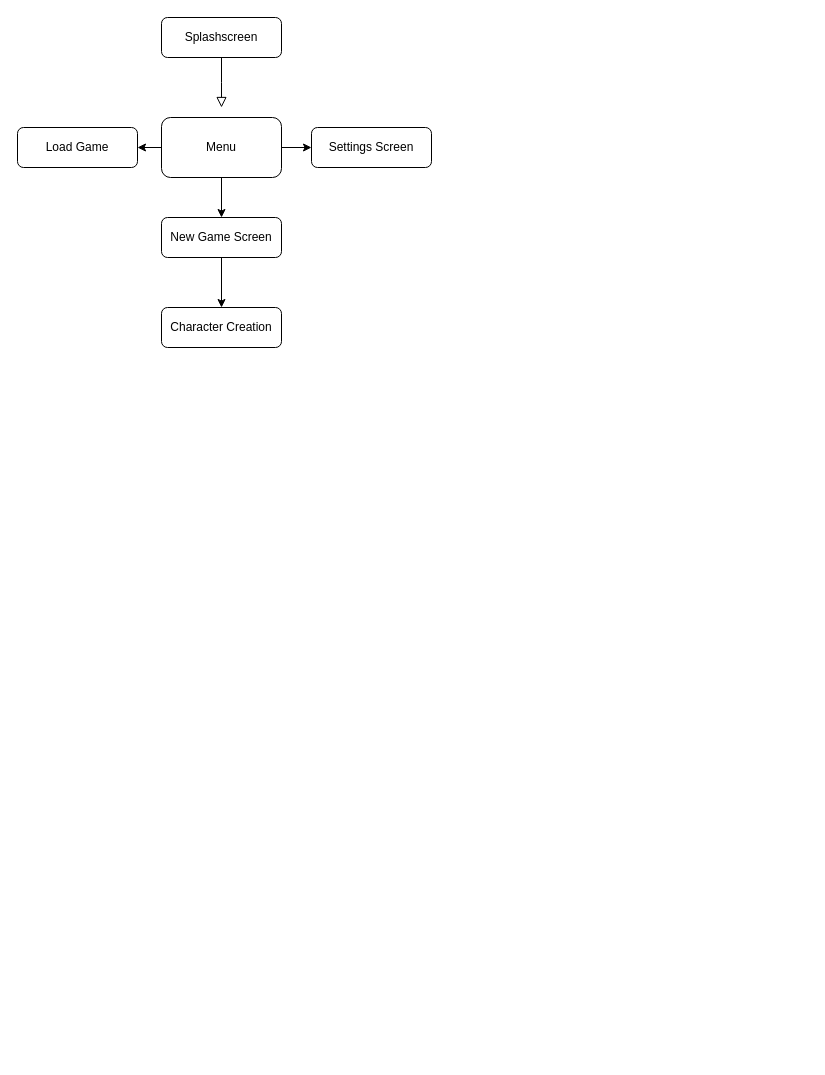
The draw.io diagram Untitled Diagram.drawio in bbm-games/dankcrypt, before the edit. Source tidied: cells renumbered, new cells numbered last; positions are measured from the earlier drawing's top-left corner, leaving out a move shared by most shapes. Both pictures are drawn from the tidied source at 100%, with x=0, y=0 at pixel (17, 17).
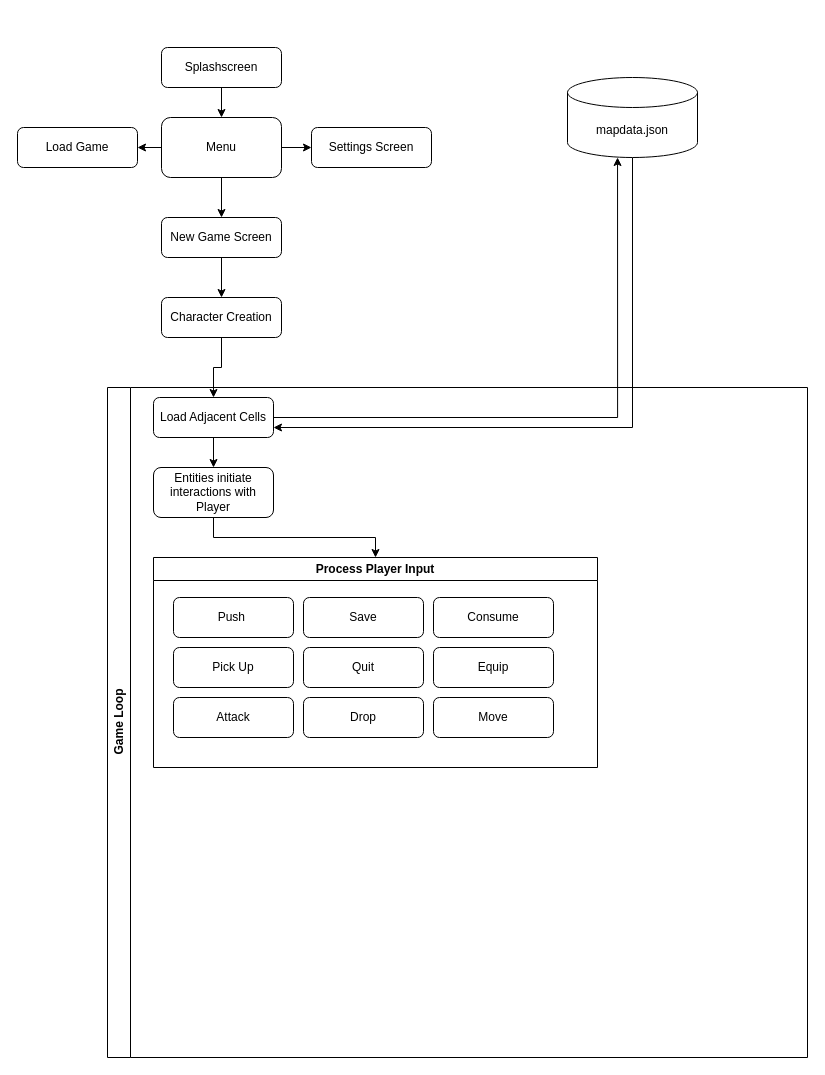
The same page after the edit.

Unchanged cells that the change refers to:
```xml
<mxCell id="7" value="Menu" style="rounded=1;whiteSpace=wrap;html=1;" parent="1" vertex="1">
  <mxGeometry x="144" y="100" width="120" height="60" as="geometry" />
</mxCell>
```

Diff of the diagram source:
```diff
@@
-    <mxCell id="2" style="rounded=0;html=1;jettySize=auto;fontSize=11;endArrow=block;endFill=0;endSize=8;strokeWidth=1;shadow=0;labelBackgroundColor=none;edgeStyle=orthogonalEdgeStyle;" parent="1" edge="1" source="3">
-      <mxGeometry relative="1" as="geometry">
-        <mxPoint x="204" y="90" as="targetPoint" />
-      </mxGeometry>
-    </mxCell>
+    <mxCell id="13" style="edgeStyle=orthogonalEdgeStyle;rounded=0;jettySize=auto;html=1;exitX=0.5;exitY=1;exitDx=0;exitDy=0;" parent="1" edge="1" source="3" target="7">
+      <mxGeometry relative="1" as="geometry" />
+    </mxCell>
     <mxCell id="3" value="Splashscreen" style="rounded=1;whiteSpace=wrap;html=1;fontSize=12;glass=0;strokeWidth=1;shadow=0;" parent="1" vertex="1">
-      <mxGeometry x="144" width="120" height="40" as="geometry" />
+      <mxGeometry x="144" y="30" width="120" height="40" as="geometry" />
     </mxCell>
@@
+    <mxCell id="14" style="edgeStyle=orthogonalEdgeStyle;rounded=0;jettySize=auto;html=1;exitX=0.5;exitY=1;exitDx=0;exitDy=0;entryX=0.5;entryY=0;entryDx=0;entryDy=0;" parent="1" edge="1" source="12" target="17">
+      <mxGeometry relative="1" as="geometry" />
+    </mxCell>
     <mxCell id="12" value="Character Creation" style="rounded=1;whiteSpace=wrap;html=1;fontSize=12;glass=0;strokeWidth=1;shadow=0;" parent="1" vertex="1">
-      <mxGeometry x="144" y="290" width="120" height="40" as="geometry" />
+      <mxGeometry x="144" y="280" width="120" height="40" as="geometry" />
     </mxCell>
+    <mxCell id="15" value="Game Loop" style="swimlane;horizontal=0;whiteSpace=wrap;html=1;startSize=23;" parent="1" vertex="1">
+      <mxGeometry x="90" y="370" width="700" height="670" as="geometry" />
+    </mxCell>
+    <mxCell id="16" style="edgeStyle=orthogonalEdgeStyle;rounded=0;jettySize=auto;html=1;exitX=0.5;exitY=1;exitDx=0;exitDy=0;entryX=0.5;entryY=0;entryDx=0;entryDy=0;" parent="15" edge="1" source="17" target="19">
+      <mxGeometry relative="1" as="geometry" />
+    </mxCell>
+    <mxCell id="17" value="Load Adjacent Cells" style="rounded=1;whiteSpace=wrap;html=1;fontSize=12;glass=0;strokeWidth=1;shadow=0;" parent="15" vertex="1">
+      <mxGeometry x="46" y="10" width="120" height="40" as="geometry" />
+    </mxCell>
+    <mxCell id="18" style="edgeStyle=orthogonalEdgeStyle;rounded=0;jettySize=auto;html=1;exitX=0.5;exitY=1;exitDx=0;exitDy=0;entryX=0.5;entryY=0;entryDx=0;entryDy=0;" parent="15" edge="1" source="19" target="20">
+      <mxGeometry relative="1" as="geometry" />
+    </mxCell>
+    <mxCell id="19" value="Entities initiate interactions with Player" style="rounded=1;whiteSpace=wrap;html=1;fontSize=12;glass=0;strokeWidth=1;shadow=0;" parent="15" vertex="1">
+      <mxGeometry x="46" y="80" width="120" height="50" as="geometry" />
+    </mxCell>
+    <mxCell id="20" value="Process Player Input" style="swimlane;whiteSpace=wrap;html=1;" parent="15" vertex="1">
+      <mxGeometry x="46" y="170" width="444" height="210" as="geometry" />
+    </mxCell>
+    <mxCell id="21" value="Push&amp;nbsp;" style="rounded=1;whiteSpace=wrap;html=1;fontSize=12;glass=0;strokeWidth=1;shadow=0;" parent="20" vertex="1">
+      <mxGeometry x="20" y="40" width="120" height="40" as="geometry" />
+    </mxCell>
+    <mxCell id="22" value="Pick Up" style="rounded=1;whiteSpace=wrap;html=1;fontSize=12;glass=0;strokeWidth=1;shadow=0;" parent="20" vertex="1">
+      <mxGeometry x="20" y="90" width="120" height="40" as="geometry" />
+    </mxCell>
+    <mxCell id="23" value="Attack" style="rounded=1;whiteSpace=wrap;html=1;fontSize=12;glass=0;strokeWidth=1;shadow=0;" parent="20" vertex="1">
+      <mxGeometry x="20" y="140" width="120" height="40" as="geometry" />
+    </mxCell>
+    <mxCell id="24" value="Save" style="rounded=1;whiteSpace=wrap;html=1;fontSize=12;glass=0;strokeWidth=1;shadow=0;" parent="20" vertex="1">
+      <mxGeometry x="150" y="40" width="120" height="40" as="geometry" />
+    </mxCell>
+    <mxCell id="25" value="Quit" style="rounded=1;whiteSpace=wrap;html=1;fontSize=12;glass=0;strokeWidth=1;shadow=0;" parent="20" vertex="1">
+      <mxGeometry x="150" y="90" width="120" height="40" as="geometry" />
+    </mxCell>
+    <mxCell id="26" value="Drop" style="rounded=1;whiteSpace=wrap;html=1;fontSize=12;glass=0;strokeWidth=1;shadow=0;" parent="20" vertex="1">
+      <mxGeometry x="150" y="140" width="120" height="40" as="geometry" />
+    </mxCell>
+    <mxCell id="27" value="Consume" style="rounded=1;whiteSpace=wrap;html=1;fontSize=12;glass=0;strokeWidth=1;shadow=0;" parent="20" vertex="1">
+      <mxGeometry x="280" y="40" width="120" height="40" as="geometry" />
+    </mxCell>
+    <mxCell id="28" value="Equip" style="rounded=1;whiteSpace=wrap;html=1;fontSize=12;glass=0;strokeWidth=1;shadow=0;" parent="20" vertex="1">
+      <mxGeometry x="280" y="90" width="120" height="40" as="geometry" />
+    </mxCell>
+    <mxCell id="29" value="Move" style="rounded=1;whiteSpace=wrap;html=1;fontSize=12;glass=0;strokeWidth=1;shadow=0;" parent="20" vertex="1">
+      <mxGeometry x="280" y="140" width="120" height="40" as="geometry" />
+    </mxCell>
+    <mxCell id="30" style="edgeStyle=orthogonalEdgeStyle;rounded=0;jettySize=auto;html=1;exitX=0.5;exitY=1;exitDx=0;exitDy=0;exitPerimeter=0;entryX=1;entryY=0.75;entryDx=0;entryDy=0;" parent="1" edge="1" source="31" target="17">
+      <mxGeometry relative="1" as="geometry" />
+    </mxCell>
+    <mxCell id="31" value="mapdata.json" style="shape=cylinder3;whiteSpace=wrap;html=1;boundedLbl=1;backgroundOutline=1;size=15;" parent="1" vertex="1">
+      <mxGeometry x="550" y="60" width="130" height="80" as="geometry" />
+    </mxCell>
+    <mxCell id="32" style="edgeStyle=orthogonalEdgeStyle;rounded=0;jettySize=auto;html=1;exitX=1;exitY=0.5;exitDx=0;exitDy=0;entryX=0.385;entryY=1;entryDx=0;entryDy=0;entryPerimeter=0;" parent="1" edge="1" source="17" target="31">
+      <mxGeometry relative="1" as="geometry" />
+    </mxCell>
```
